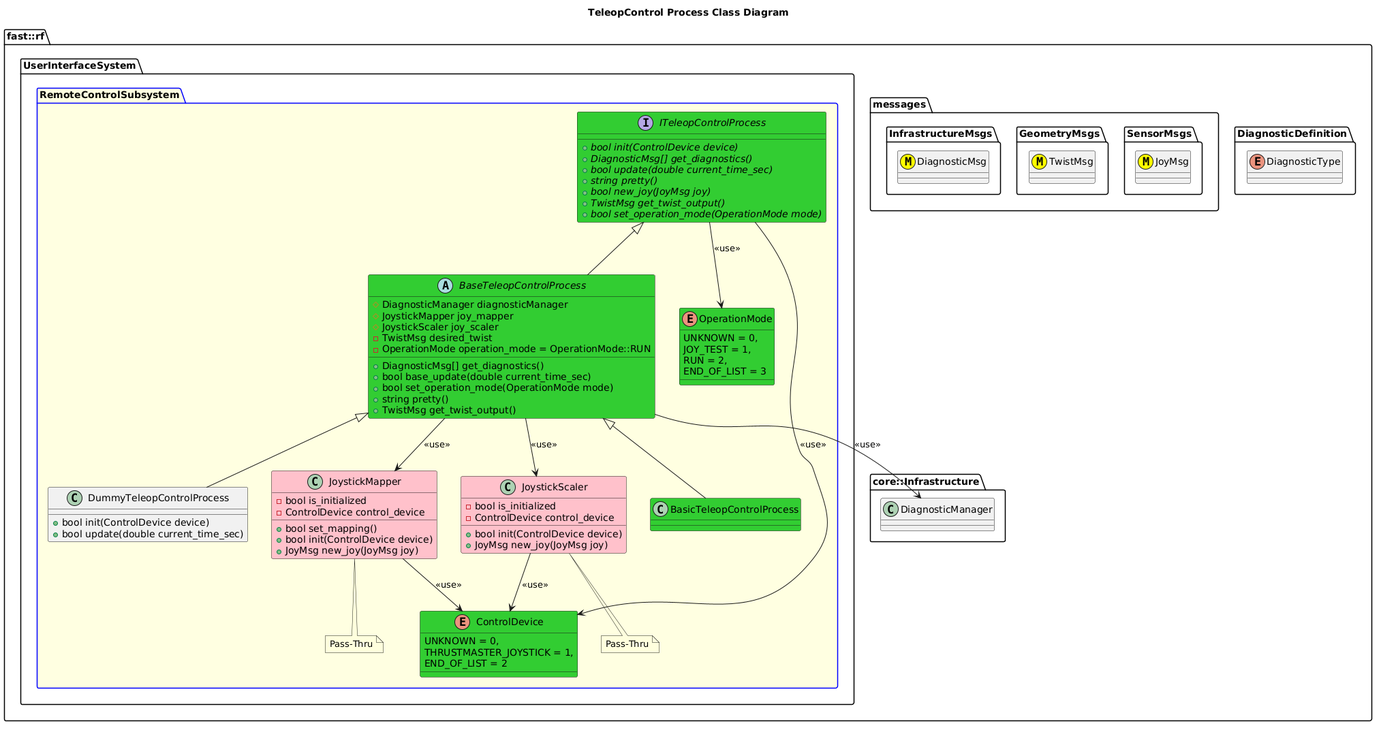
Above: Systems/UserInterface/Subsystems/RemoteControl/Processes/TeleopControl/doc/puml/TeleopControlProcessClassDiagram.png in fastrobotics/robot_framework (PlantUML), before the change.
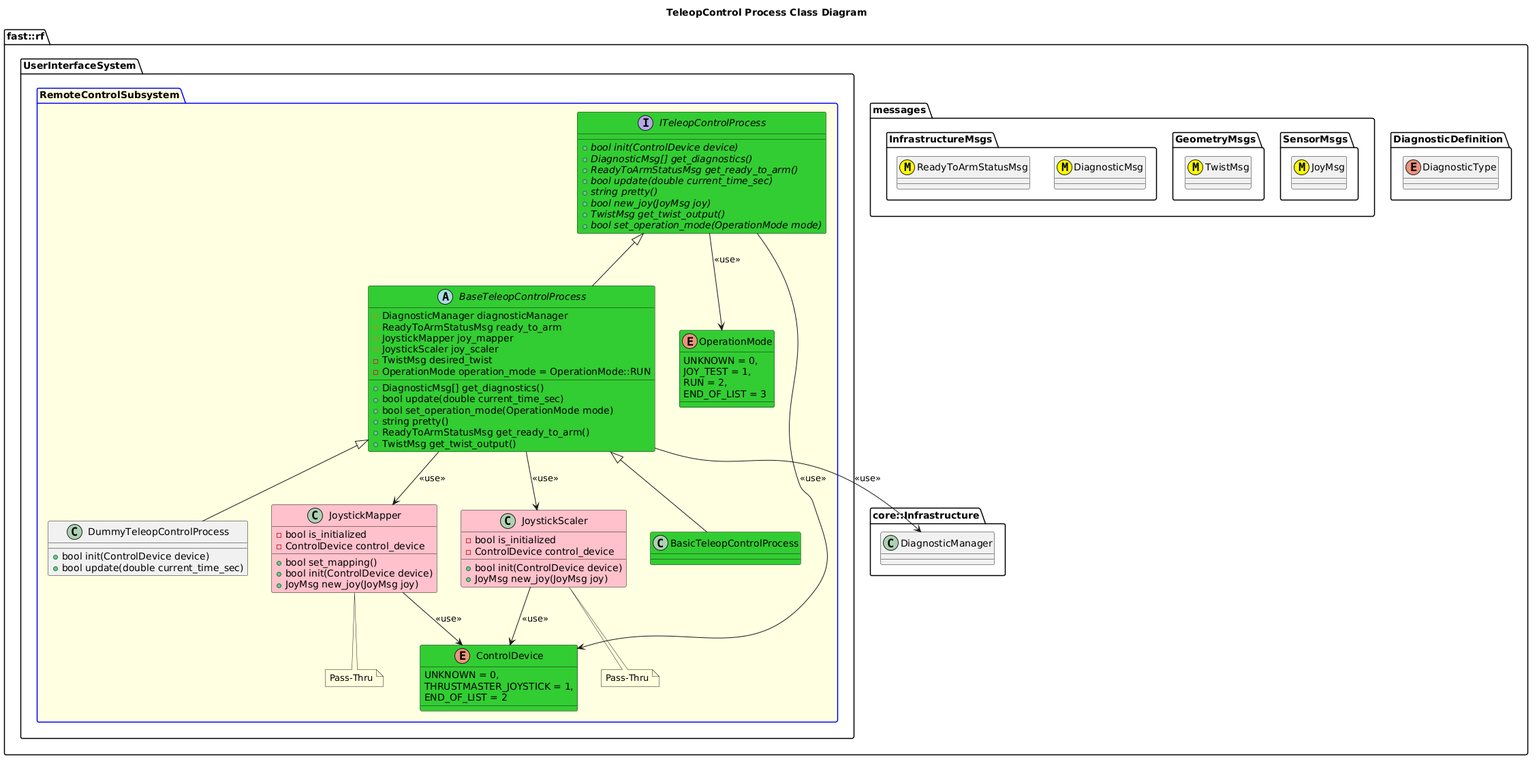
Above is the later version.

Commit message:
Updating TeleopControl Process.

Change to the diagram source:
```diff
@@ -14,6 +14,7 @@
     }
     namespace InfrastructureMsgs {
       class DiagnosticMsg <<(M,#FFFF00)>>
+      class ReadyToArmStatusMsg <<(M,#FFFF00)>>
     }
   }
   namespace core::Infrastructure {
@@ -35,6 +36,7 @@
       interface ITeleopControlProcess #LimeGreen {
         +{abstract} bool init(ControlDevice device)
         +{abstract} DiagnosticMsg[] get_diagnostics()
+        +{abstract} ReadyToArmStatusMsg get_ready_to_arm()
         +{abstract} bool update(double current_time_sec)
         +{abstract} string pretty()
         +{abstract} bool new_joy(JoyMsg joy)
@@ -66,10 +68,12 @@
       end note
       abstract BaseTeleopControlProcess #LimeGreen {
         +DiagnosticMsg[] get_diagnostics()
-        +bool base_update(double current_time_sec)
+        +bool update(double current_time_sec)
         +bool set_operation_mode(OperationMode mode)
         +string pretty()
+        +ReadyToArmStatusMsg get_ready_to_arm()
         #DiagnosticManager diagnosticManager
+         #ReadyToArmStatusMsg ready_to_arm
         #JoystickMapper joy_mapper
         #JoystickScaler joy_scaler
         +TwistMsg get_twist_output()
```
